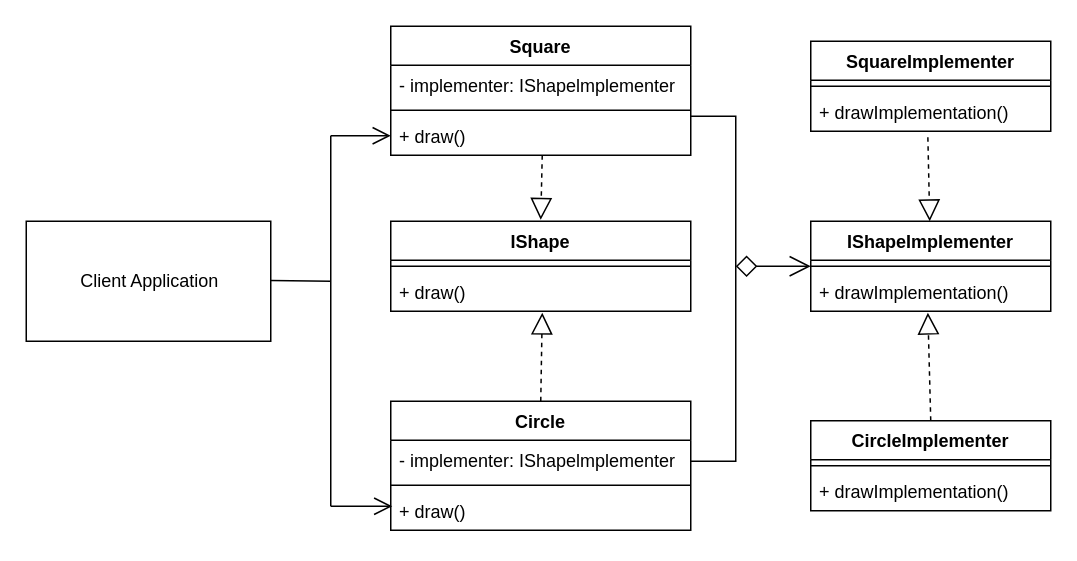
Before: Structural/Bridge/bridge.drawio in Kazantip94/Patern, a draw.io diagram. Source tidied: cells renumbered, new cells numbered last; positions are measured from the earlier drawing's top-left corner, leaving out a move shared by most shapes. Both pictures are drawn from the tidied source at 150%, with x=0, y=0 at pixel (26, 26).
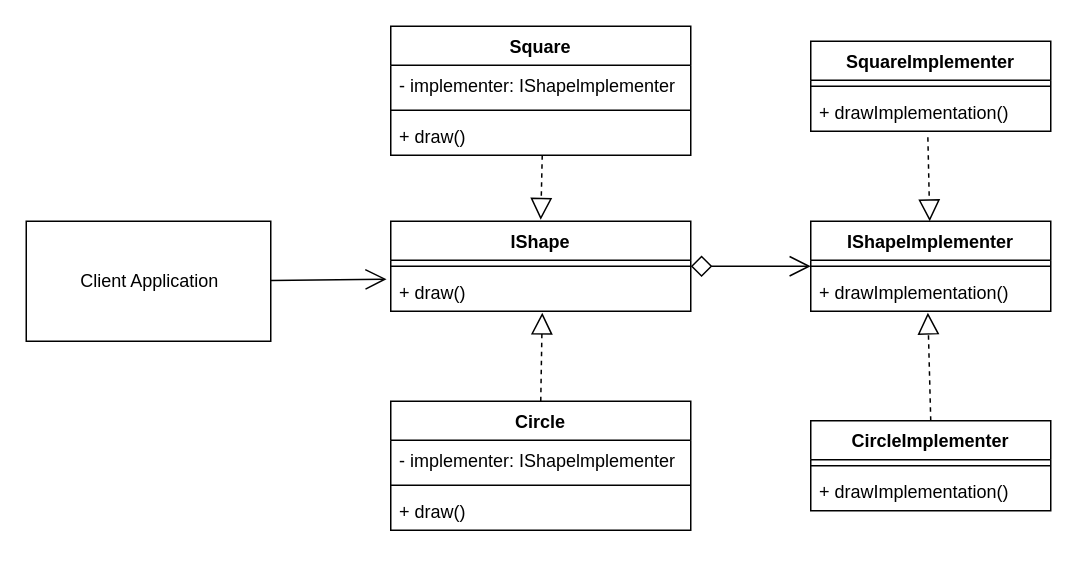
Above is the later version.

Unchanged cells that the change refers to:
```xml
<mxCell id="6" value="+ draw()" style="text;strokeColor=none;fillColor=none;align=left;verticalAlign=top;spacingLeft=4;spacingRight=4;overflow=hidden;points=[[0,0.5],[1,0.5]];portConstraint=eastwest;" parent="3" vertex="1">
  <mxGeometry y="60" width="200" height="26" as="geometry" />
</mxCell>
<mxCell id="7" value="IShape" style="swimlane;fontStyle=1;align=center;verticalAlign=top;horizontal=1;startSize=26;" parent="1" vertex="1">
  <mxGeometry x="243" y="130" width="200" height="60" as="geometry" />
</mxCell>
<mxCell id="9" value="+ draw()" style="text;strokeColor=none;fillColor=none;align=left;verticalAlign=top;spacingLeft=4;spacingRight=4;overflow=hidden;points=[[0,0.5],[1,0.5]];portConstraint=eastwest;" parent="7" vertex="1">
  <mxGeometry y="34" width="200" height="26" as="geometry" />
</mxCell>
<mxCell id="11" value="Circle" style="swimlane;fontStyle=1;align=center;verticalAlign=top;horizontal=1;startSize=26;" parent="1" vertex="1">
  <mxGeometry x="243" y="250" width="200" height="86" as="geometry" />
</mxCell>
<mxCell id="19" value="IShapeImplementer" style="swimlane;fontStyle=1;align=center;verticalAlign=top;horizontal=1;startSize=26;" parent="1" vertex="1">
  <mxGeometry x="523" y="130" width="160" height="60" as="geometry" />
</mxCell>
```

Diff of the diagram source:
```diff
@@
-    <mxCell id="10" style="edgeStyle=orthogonalEdgeStyle;rounded=0;jettySize=auto;html=1;startArrow=none;startFill=0;endArrow=none;endFill=0;endSize=12;" parent="1" edge="1" source="11" target="6">
-      <mxGeometry relative="1" as="geometry">
-        <Array as="points">
-          <mxPoint x="473" y="290" />
-          <mxPoint x="473" y="60" />
-        </Array>
-      </mxGeometry>
-    </mxCell>
@@
-    <mxCell id="18" style="edgeStyle=orthogonalEdgeStyle;rounded=0;jettySize=auto;html=1;startArrow=open;startFill=0;endArrow=diamond;endFill=0;endSize=12;startSize=12;" parent="1" edge="1" source="19">
-      <mxGeometry relative="1" as="geometry">
-        <mxPoint x="473" y="160" as="targetPoint" />
-      </mxGeometry>
+    <mxCell id="18" style="edgeStyle=orthogonalEdgeStyle;rounded=0;jettySize=auto;html=1;startArrow=open;startFill=0;endArrow=diamond;endFill=0;endSize=12;startSize=12;entryX=1;entryY=0.5;entryDx=0;entryDy=0;" parent="1" edge="1" source="19" target="7">
+      <mxGeometry relative="1" as="geometry" />
     </mxCell>
@@
-    <mxCell id="25" style="html=1;verticalAlign=bottom;startArrow=none;startFill=0;endArrow=none;startSize=12;endFill=0;" parent="1" edge="1">
+    <mxCell id="25" style="html=1;verticalAlign=bottom;startArrow=none;startFill=0;endArrow=open;startSize=12;endFill=0;entryX=-0.014;entryY=0.177;entryDx=0;entryDy=0;entryPerimeter=0;endSize=12;" parent="1" edge="1" target="9">
       <mxGeometry relative="1" as="geometry">
         <mxPoint x="163" y="169.5" as="sourcePoint" />
-        <mxPoint x="203" y="170" as="targetPoint" />
       </mxGeometry>
     </mxCell>
-    <mxCell id="26" style="html=1;verticalAlign=bottom;startArrow=none;startFill=0;endArrow=open;startSize=6;endSize=10;entryX=0;entryY=0.5;entryDx=0;entryDy=0;" parent="1" edge="1" target="6">
-      <mxGeometry relative="1" as="geometry">
-        <mxPoint x="203" y="73" as="sourcePoint" />
-      </mxGeometry>
-    </mxCell>
-    <mxCell id="27" style="html=1;verticalAlign=bottom;startArrow=none;startFill=0;endArrow=open;startSize=6;endSize=10;entryX=0.005;entryY=0.269;entryDx=0;entryDy=0;entryPerimeter=0;" parent="1" edge="1">
-      <mxGeometry relative="1" as="geometry">
-        <mxPoint x="203" y="320" as="sourcePoint" />
-        <mxPoint x="244" y="320" as="targetPoint" />
-      </mxGeometry>
-    </mxCell>
-    <mxCell id="28" style="line;strokeWidth=1;html=1;direction=south;" parent="1" vertex="1">
-      <mxGeometry x="198" y="73" width="10" height="247" as="geometry" />
-    </mxCell>
```
